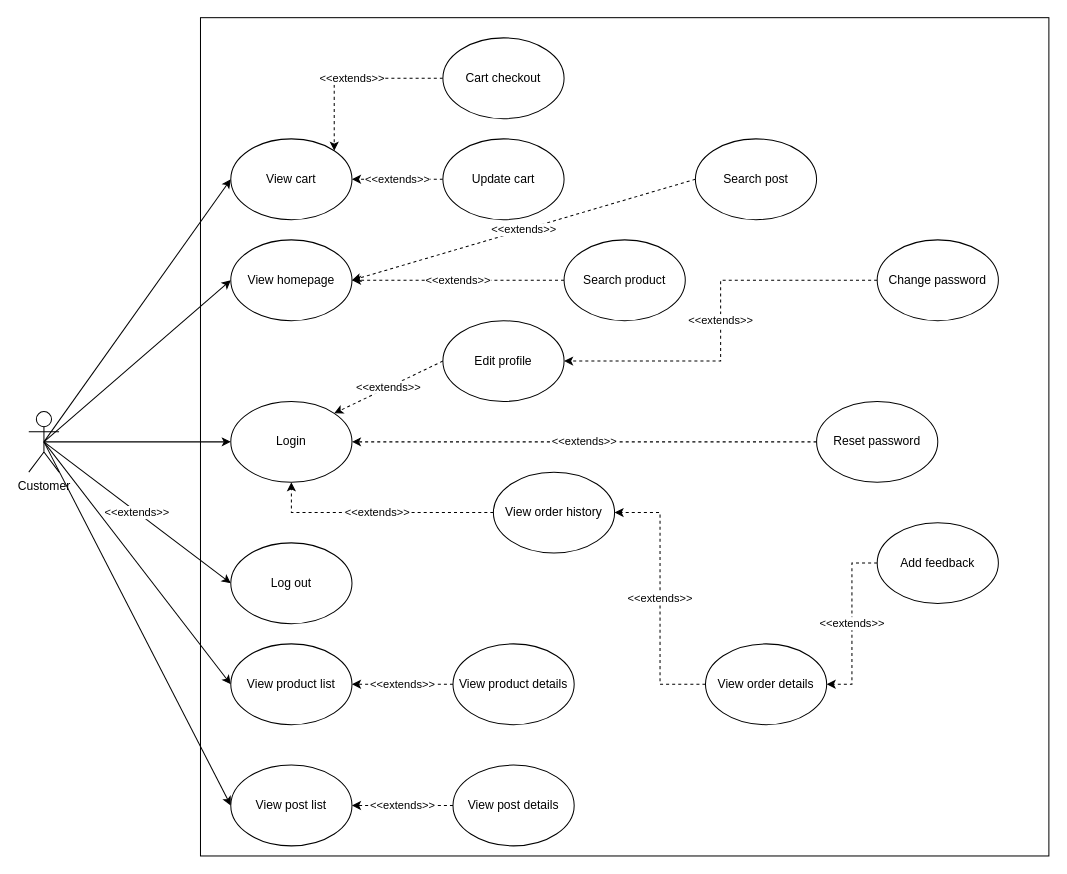
The draw.io diagram misc/diagram/actor/user.drawio in WilliamBC24/ShoppingWebSolo, before the edit. Source tidied: cells renumbered, new cells numbered last; positions are measured from the earlier drawing's top-left corner, leaving out a move shared by most shapes. Both pictures are drawn from the tidied source at 101%, with x=0, y=0 at pixel (28, 17).
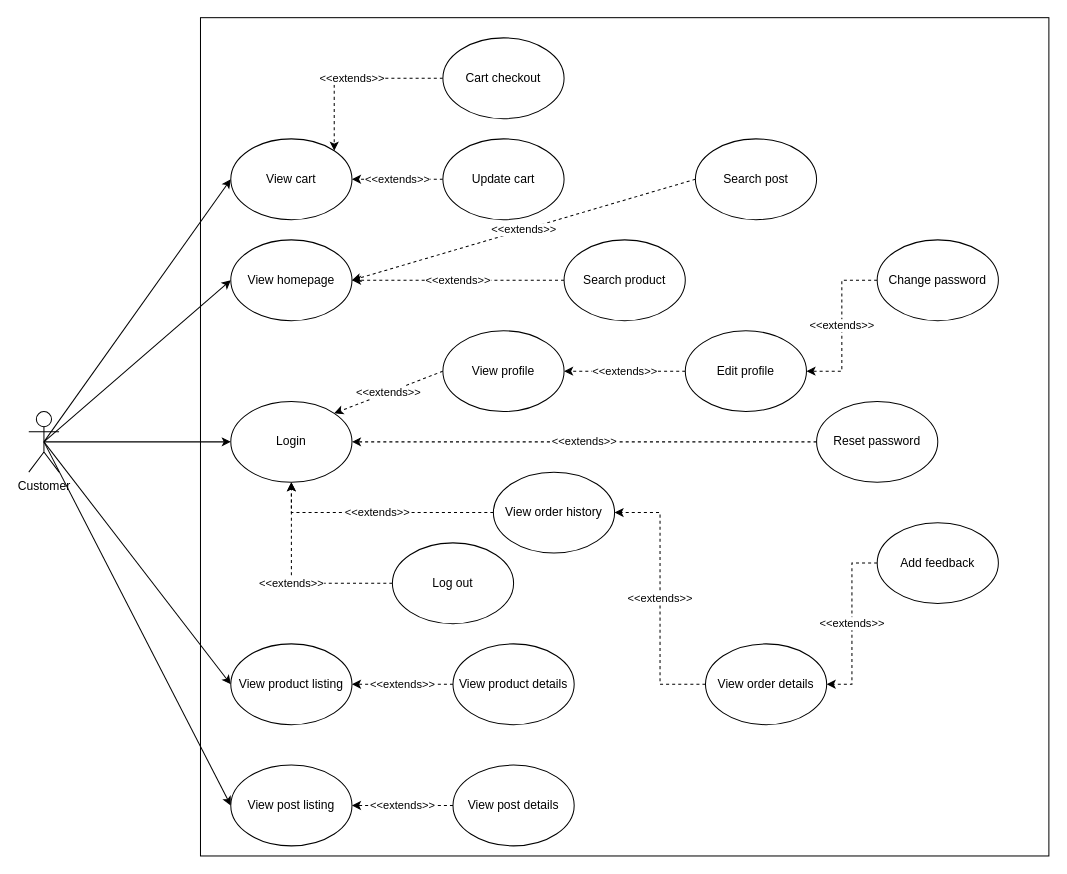
After the change.

The change refers to these unchanged cells:
```xml
<mxCell id="11" value="Customer" style="shape=umlActor;verticalLabelPosition=bottom;verticalAlign=top;html=1;outlineConnect=0;" parent="1" vertex="1">
  <mxGeometry y="390" width="30" height="60" as="geometry" />
</mxCell>
<mxCell id="22" value="Login" style="ellipse;whiteSpace=wrap;html=1;" parent="1" vertex="1">
  <mxGeometry x="200" y="380" width="120" height="80" as="geometry" />
</mxCell>
<mxCell id="25" value="View product details" style="ellipse;whiteSpace=wrap;html=1;" parent="1" vertex="1">
  <mxGeometry x="420" y="620" width="120" height="80" as="geometry" />
</mxCell>
<mxCell id="31" value="View post details" style="ellipse;whiteSpace=wrap;html=1;" parent="1" vertex="1">
  <mxGeometry x="420" y="740" width="120" height="80" as="geometry" />
</mxCell>
```

Diff of the diagram source:
```diff
@@
-    <mxCell id="4" value="&amp;lt;&amp;lt;extends&amp;gt;&amp;gt;" style="edgeStyle=none;rounded=0;jettySize=auto;html=1;exitX=0;exitY=0.5;exitDx=0;exitDy=0;entryX=1;entryY=0;entryDx=0;entryDy=0;dashed=1;" parent="1" edge="1" source="24" target="22">
+    <mxCell id="4" value="&amp;lt;&amp;lt;extends&amp;gt;&amp;gt;" style="edgeStyle=none;rounded=0;jettySize=auto;html=1;exitX=0;exitY=0.5;exitDx=0;exitDy=0;entryX=1;entryY=0;entryDx=0;entryDy=0;dashed=1;" parent="1" edge="1" source="47" target="22">
       <mxGeometry relative="1" as="geometry" />
     </mxCell>
@@
-    <mxCell id="7" style="edgeStyle=none;rounded=0;jettySize=auto;html=1;exitX=0.5;exitY=0.5;exitDx=0;exitDy=0;exitPerimeter=0;entryX=0;entryY=0.5;entryDx=0;entryDy=0;" parent="1" edge="1" source="11" target="13">
-      <mxGeometry relative="1" as="geometry" />
-    </mxCell>
-    <mxCell id="8" style="edgeStyle=none;rounded=0;jettySize=auto;html=1;exitX=0.5;exitY=0.5;exitDx=0;exitDy=0;exitPerimeter=0;entryX=0;entryY=0.5;entryDx=0;entryDy=0;" parent="1" edge="1" source="11" target="16">
-      <mxGeometry relative="1" as="geometry" />
-    </mxCell>
+    <mxCell id="40" style="edgeStyle=none;rounded=0;jettySize=auto;html=1;exitX=0.5;exitY=0.5;exitDx=0;exitDy=0;exitPerimeter=0;entryX=0;entryY=0.5;entryDx=0;entryDy=0;" parent="1" edge="1" source="11" target="43">
+      <mxGeometry relative="1" as="geometry" />
+    </mxCell>
+    <mxCell id="41" style="edgeStyle=none;rounded=0;jettySize=auto;html=1;exitX=0.5;exitY=0.5;exitDx=0;exitDy=0;exitPerimeter=0;entryX=0;entryY=0.5;entryDx=0;entryDy=0;" parent="1" edge="1" source="11" target="45">
+      <mxGeometry relative="1" as="geometry" />
+    </mxCell>
@@
-    <mxCell id="10" value="&amp;lt;&amp;lt;extends&amp;gt;&amp;gt;" style="edgeStyle=none;rounded=0;jettySize=auto;html=1;exitX=0.5;exitY=0.5;exitDx=0;exitDy=0;entryX=0;entryY=0.5;entryDx=0;entryDy=0;exitPerimeter=0;" parent="1" edge="1" source="11" target="35">
-      <mxGeometry relative="1" as="geometry" />
-    </mxCell>
+    <mxCell id="42" value="&amp;lt;&amp;lt;extends&amp;gt;&amp;gt;" style="edgeStyle=orthogonalEdgeStyle;rounded=0;jettySize=auto;html=1;exitX=0;exitY=0.5;exitDx=0;exitDy=0;entryX=0.5;entryY=1;entryDx=0;entryDy=0;dashed=1;" parent="1" edge="1" source="35" target="22">
+      <mxGeometry relative="1" as="geometry" />
+    </mxCell>
@@
-    <mxCell id="12" value="&amp;lt;&amp;lt;extends&amp;gt;&amp;gt;" style="edgeStyle=none;rounded=0;jettySize=auto;html=1;dashed=1;entryX=1;entryY=0.5;entryDx=0;entryDy=0;" parent="1" edge="1" source="25" target="13">
+    <mxCell id="12" value="&amp;lt;&amp;lt;extends&amp;gt;&amp;gt;" style="edgeStyle=none;rounded=0;jettySize=auto;html=1;dashed=1;entryX=1;entryY=0.5;entryDx=0;entryDy=0;" parent="1" edge="1" source="25" target="43">
       <mxGeometry relative="1" as="geometry" />
     </mxCell>
-    <mxCell id="13" value="View product list" style="ellipse;whiteSpace=wrap;html=1;" parent="1" vertex="1">
-      <mxGeometry x="200" y="620" width="120" height="80" as="geometry" />
-    </mxCell>
+    <mxCell id="43" value="View product listing" style="ellipse;whiteSpace=wrap;html=1;" parent="1" vertex="1">
+      <mxGeometry x="200" y="620" width="120" height="80" as="geometry" />
+    </mxCell>
@@
-    <mxCell id="15" value="&amp;lt;&amp;lt;extends&amp;gt;&amp;gt;" style="edgeStyle=none;rounded=0;jettySize=auto;html=1;exitX=0;exitY=0.5;exitDx=0;exitDy=0;entryX=1;entryY=0.5;entryDx=0;entryDy=0;dashed=1;" parent="1" edge="1" source="31" target="16">
-      <mxGeometry relative="1" as="geometry" />
-    </mxCell>
-    <mxCell id="16" value="View post list" style="ellipse;whiteSpace=wrap;html=1;" parent="1" vertex="1">
-      <mxGeometry x="200" y="740" width="120" height="80" as="geometry" />
-    </mxCell>
+    <mxCell id="44" value="&amp;lt;&amp;lt;extends&amp;gt;&amp;gt;" style="edgeStyle=none;rounded=0;jettySize=auto;html=1;exitX=0;exitY=0.5;exitDx=0;exitDy=0;entryX=1;entryY=0.5;entryDx=0;entryDy=0;dashed=1;" parent="1" edge="1" source="31" target="45">
+      <mxGeometry relative="1" as="geometry" />
+    </mxCell>
+    <mxCell id="45" value="View post listing" style="ellipse;whiteSpace=wrap;html=1;" parent="1" vertex="1">
+      <mxGeometry x="200" y="740" width="120" height="80" as="geometry" />
+    </mxCell>
@@
+    <mxCell id="46" value="&amp;lt;&amp;lt;extends&amp;gt;&amp;gt;" style="edgeStyle=orthogonalEdgeStyle;rounded=0;jettySize=auto;html=1;exitX=0;exitY=0.5;exitDx=0;exitDy=0;entryX=1;entryY=0.5;entryDx=0;entryDy=0;dashed=1;" parent="1" edge="1" source="24" target="47">
+      <mxGeometry relative="1" as="geometry" />
+    </mxCell>
     <mxCell id="24" value="Edit profile" style="ellipse;whiteSpace=wrap;html=1;" parent="1" vertex="1">
-      <mxGeometry x="410" y="300" width="120" height="80" as="geometry" />
+      <mxGeometry x="650" y="310" width="120" height="80" as="geometry" />
     </mxCell>
@@
     <mxCell id="35" value="Log out" style="ellipse;whiteSpace=wrap;html=1;" parent="1" vertex="1">
-      <mxGeometry x="200" y="520" width="120" height="80" as="geometry" />
+      <mxGeometry x="360" y="520" width="120" height="80" as="geometry" />
     </mxCell>
@@
+    <mxCell id="47" value="View profile" style="ellipse;whiteSpace=wrap;html=1;" parent="1" vertex="1">
+      <mxGeometry x="410" y="310" width="120" height="80" as="geometry" />
+    </mxCell>
```
